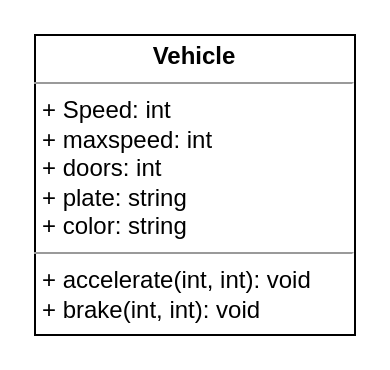
Earlier version of the draw.io diagram design/class.drawio (Huzaifa-Khalid-2/ics4u-unit2-05-typescript). Source tidied: cells renumbered, new cells numbered last; positions are measured from the earlier drawing's top-left corner, leaving out a move shared by most shapes. Both pictures are drawn from the tidied source at 200%, with x=0, y=0 at pixel (34, 34).
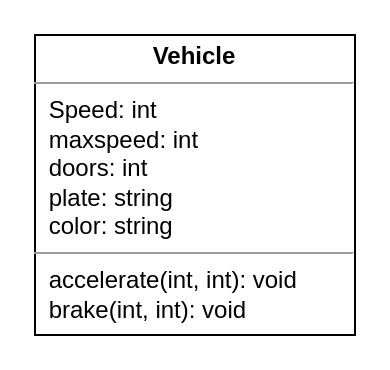
Above is the later version.

The edit, as a diff of the source:
```diff
@@
 <mxGraphModel>
   <root>
     <mxCell id="0" />
     <mxCell id="1" parent="0" />
-    <mxCell id="2" value="&lt;p style=&quot;margin: 0px ; margin-top: 4px ; text-align: center&quot;&gt;&lt;b&gt;Vehicle&lt;/b&gt;&lt;/p&gt;&lt;hr size=&quot;1&quot;&gt;&lt;p style=&quot;margin: 0px ; margin-left: 4px&quot;&gt;+ Speed: int&lt;/p&gt;&lt;p style=&quot;margin: 0px ; margin-left: 4px&quot;&gt;+ maxspeed: int&lt;br&gt;&lt;/p&gt;&lt;p style=&quot;margin: 0px ; margin-left: 4px&quot;&gt;+ doors: int&lt;br&gt;&lt;/p&gt;&lt;p style=&quot;margin: 0px ; margin-left: 4px&quot;&gt;+ plate: string&lt;br&gt;&lt;/p&gt;&lt;p style=&quot;margin: 0px ; margin-left: 4px&quot;&gt;+ color: string&lt;br&gt;&lt;/p&gt;&lt;hr size=&quot;1&quot;&gt;&lt;p style=&quot;margin: 0px ; margin-left: 4px&quot;&gt;+ accelerate(int, int): void&lt;/p&gt;&lt;p style=&quot;margin: 0px ; margin-left: 4px&quot;&gt;+ brake(int, int): void&lt;br&gt;&lt;/p&gt;" style="verticalAlign=top;align=left;overflow=fill;fontSize=12;fontFamily=Helvetica;html=1;" parent="1" vertex="1">
+    <mxCell id="2" value="&lt;p style=&quot;margin: 0px ; margin-top: 4px ; text-align: center&quot;&gt;&lt;b&gt;Vehicle&lt;/b&gt;&lt;/p&gt;&lt;hr size=&quot;1&quot;&gt;&lt;p style=&quot;margin: 0px ; margin-left: 4px&quot;&gt;&amp;nbsp;Speed: int&lt;/p&gt;&lt;p style=&quot;margin: 0px ; margin-left: 4px&quot;&gt;&amp;nbsp;maxspeed: int&lt;br&gt;&lt;/p&gt;&lt;p style=&quot;margin: 0px ; margin-left: 4px&quot;&gt;&amp;nbsp;doors: int&lt;br&gt;&lt;/p&gt;&lt;p style=&quot;margin: 0px ; margin-left: 4px&quot;&gt;&amp;nbsp;plate: string&lt;br&gt;&lt;/p&gt;&lt;p style=&quot;margin: 0px ; margin-left: 4px&quot;&gt;&amp;nbsp;color: string&lt;br&gt;&lt;/p&gt;&lt;hr size=&quot;1&quot;&gt;&lt;p style=&quot;margin: 0px ; margin-left: 4px&quot;&gt;&amp;nbsp;accelerate(int, int): void&lt;/p&gt;&lt;p style=&quot;margin: 0px ; margin-left: 4px&quot;&gt;&amp;nbsp;brake(int, int): void&lt;br&gt;&lt;/p&gt;" style="verticalAlign=top;align=left;overflow=fill;fontSize=12;fontFamily=Helvetica;html=1;" parent="1" vertex="1">
       <mxGeometry width="160" height="150" as="geometry" />
     </mxCell>
   </root>
 </mxGraphModel>
```
